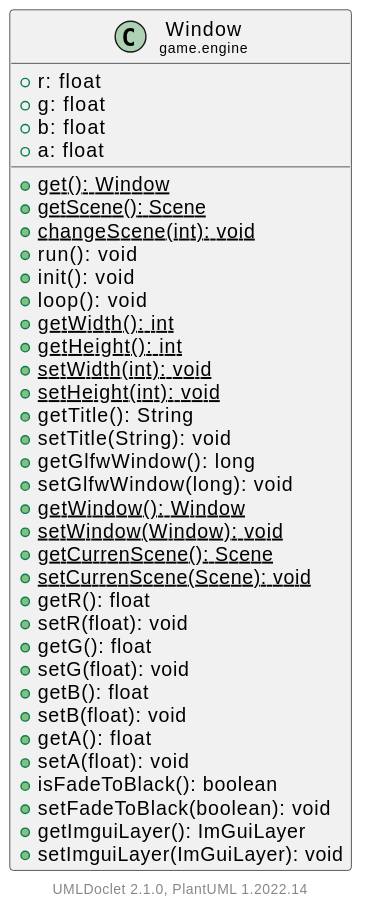
Hirschiii/JavaGameEngine keeps this PlantUML diagram as doc/javadoc/game/engine/Window.svg. Above is the earlier version.
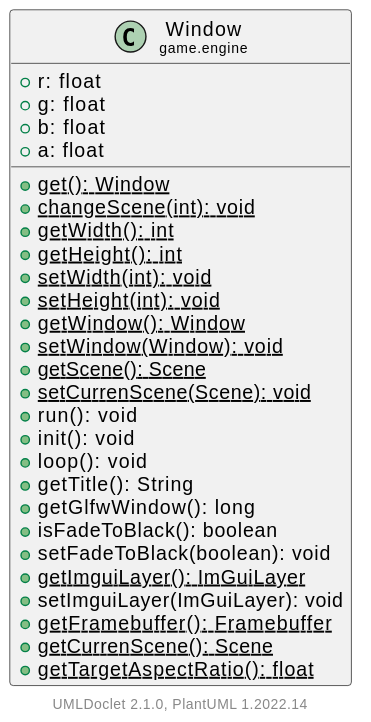
The same file after the commit.

Change to the diagram source:
```diff
@@ -9,35 +9,27 @@
         +b: float
         +a: float
         {static} +get(): Window
-        {static} +getScene(): Scene
         {static} +changeScene(int): void
-        +run(): void
-        +init(): void
-        +loop(): void
         {static} +getWidth(): int
         {static} +getHeight(): int
         {static} +setWidth(int): void
         {static} +setHeight(int): void
-        +getTitle(): String
-        +setTitle(String): void
-        +getGlfwWindow(): long
-        +setGlfwWindow(long): void
         {static} +getWindow(): Window
         {static} +setWindow(Window): void
-        {static} +getCurrenScene(): Scene
+        {static} +getScene(): Scene
         {static} +setCurrenScene(Scene): void
-        +getR(): float
-        +setR(float): void
-        +getG(): float
-        +setG(float): void
-        +getB(): float
-        +setB(float): void
-        +getA(): float
-        +setA(float): void
+        +run(): void
+        +init(): void
+        +loop(): void
+        +getTitle(): String
+        +getGlfwWindow(): long
         +isFadeToBlack(): boolean
         +setFadeToBlack(boolean): void
-        +getImguiLayer(): ImGuiLayer
+        {static} +getImguiLayer(): ImGuiLayer
         +setImguiLayer(ImGuiLayer): void
+        {static} +getFramebuffer(): Framebuffer
+        {static} +getCurrenScene(): Scene
+        {static} +getTargetAspectRatio(): float
     }
 
     center footer UMLDoclet 2.1.0, PlantUML %version()
```
